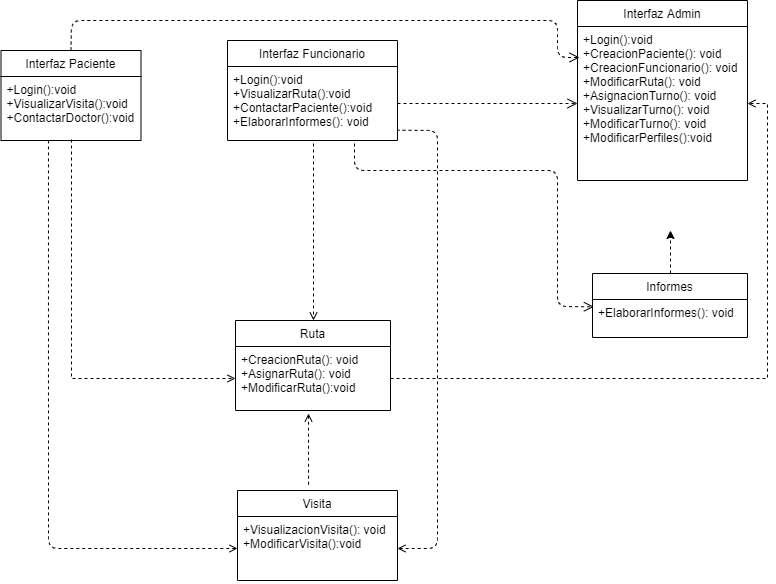
The draw.io diagram Diagramas de clase/DiagramaCompleto.png in DanSotoC/G4HD, before a commit. Source tidied: cells renumbered, new cells last; positions are measured from the earlier drawing's top-left corner, leaving out a move shared by most shapes.
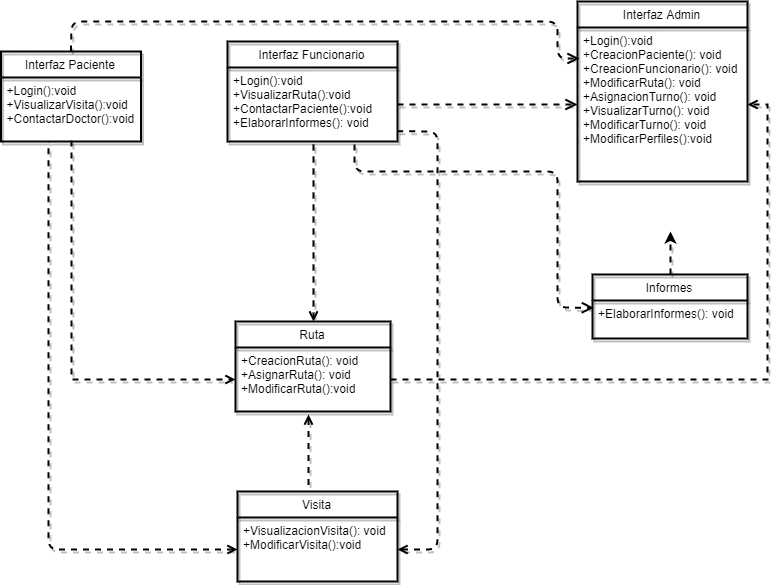
Later version of the same file.

The edit, as a diff of the source:
```diff
@@ -2,39 +2,39 @@
   <root>
     <mxCell id="0" />
     <mxCell id="1" parent="0" />
-    <mxCell id="2" value="Interfaz Funcionario" style="swimlane;fontStyle=0;horizontal=1;startSize=26;fillColor=none;" parent="1" vertex="1">
+    <mxCell id="2" value="Interfaz Funcionario" style="swimlane;fontStyle=0;horizontal=1;startSize=26;fillColor=none;strokeWidth=2;shadow=1;comic=0;" parent="1" vertex="1">
       <mxGeometry x="226" y="40" width="170" height="100" as="geometry" />
     </mxCell>
-    <mxCell id="3" value="+Login():void&#10;+VisualizarRuta():void&#10;+ContactarPaciente():void&#10;+ElaborarInformes(): void" style="text;strokeColor=none;fillColor=none;align=left;verticalAlign=top;spacingLeft=4;spacingRight=4;overflow=hidden;points=[[0,0.5],[1,0.5]];portConstraint=eastwest;" parent="2" vertex="1">
+    <mxCell id="3" value="+Login():void&#10;+VisualizarRuta():void&#10;+ContactarPaciente():void&#10;+ElaborarInformes(): void" style="text;strokeColor=none;fillColor=none;align=left;verticalAlign=top;spacingLeft=4;spacingRight=4;overflow=hidden;points=[[0,0.5],[1,0.5]];portConstraint=eastwest;strokeWidth=2;shadow=1;comic=0;" parent="2" vertex="1">
       <mxGeometry y="26" width="170" height="74" as="geometry" />
     </mxCell>
-    <mxCell id="4" style="edgeStyle=orthogonalEdgeStyle;rounded=0;jettySize=auto;html=1;exitX=0.5;exitY=0;exitDx=0;exitDy=0;dashed=1;" parent="1" edge="1" source="5">
+    <mxCell id="4" style="edgeStyle=orthogonalEdgeStyle;rounded=0;jettySize=auto;html=1;exitX=0.5;exitY=0;exitDx=0;exitDy=0;dashed=1;strokeWidth=2;shadow=1;comic=0;" parent="1" edge="1" source="5">
       <mxGeometry relative="1" as="geometry">
         <mxPoint x="669" y="230" as="targetPoint" />
       </mxGeometry>
     </mxCell>
-    <mxCell id="5" value="&#10;Informes&#10;" style="swimlane;fontStyle=0;horizontal=1;startSize=26;fillColor=none;" parent="1" vertex="1">
+    <mxCell id="5" value="&#10;Informes&#10;" style="swimlane;fontStyle=0;horizontal=1;startSize=26;fillColor=none;strokeWidth=2;shadow=1;comic=0;" parent="1" vertex="1">
       <mxGeometry x="591" y="273" width="155" height="64" as="geometry" />
     </mxCell>
-    <mxCell id="6" value="+ElaborarInformes(): void" style="text;strokeColor=none;fillColor=none;align=left;verticalAlign=top;spacingLeft=4;spacingRight=4;overflow=hidden;points=[[0,0.5],[1,0.5]];portConstraint=eastwest;" parent="5" vertex="1">
+    <mxCell id="6" value="+ElaborarInformes(): void" style="text;strokeColor=none;fillColor=none;align=left;verticalAlign=top;spacingLeft=4;spacingRight=4;overflow=hidden;points=[[0,0.5],[1,0.5]];portConstraint=eastwest;strokeWidth=2;shadow=1;comic=0;" parent="5" vertex="1">
       <mxGeometry y="26" width="155" height="38" as="geometry" />
     </mxCell>
-    <mxCell id="7" style="html=1;verticalAlign=bottom;endArrow=open;dashed=1;endSize=8;exitX=1;exitY=0.5;exitDx=0;exitDy=0;entryX=0;entryY=0.5;entryDx=0;entryDy=0;" parent="1" edge="1" source="3" target="9">
+    <mxCell id="7" style="html=1;verticalAlign=bottom;endArrow=open;dashed=1;endSize=8;exitX=1;exitY=0.5;exitDx=0;exitDy=0;entryX=0;entryY=0.5;entryDx=0;entryDy=0;strokeWidth=2;shadow=1;comic=0;" parent="1" edge="1" source="3" target="9">
       <mxGeometry relative="1" as="geometry" />
     </mxCell>
-    <mxCell id="8" value="&#10;Interfaz Admin&#10;" style="swimlane;fontStyle=0;horizontal=1;startSize=26;fillColor=none;" parent="1" vertex="1">
+    <mxCell id="8" value="&#10;Interfaz Admin&#10;" style="swimlane;fontStyle=0;horizontal=1;startSize=26;fillColor=none;strokeWidth=2;shadow=1;comic=0;" parent="1" vertex="1">
       <mxGeometry x="576" width="170" height="180" as="geometry" />
     </mxCell>
-    <mxCell id="9" value="+Login():void&#10;+CreacionPaciente(): void&#10;+CreacionFuncionario(): void&#10;+ModificarRuta(): void&#10;+AsignacionTurno(): void&#10;+VisualizarTurno(): void&#10;+ModificarTurno(): void&#10;+ModificarPerfiles():void" style="text;strokeColor=none;fillColor=none;align=left;verticalAlign=top;spacingLeft=4;spacingRight=4;overflow=hidden;points=[[0,0.5],[1,0.5]];portConstraint=eastwest;" parent="8" vertex="1">
+    <mxCell id="9" value="+Login():void&#10;+CreacionPaciente(): void&#10;+CreacionFuncionario(): void&#10;+ModificarRuta(): void&#10;+AsignacionTurno(): void&#10;+VisualizarTurno(): void&#10;+ModificarTurno(): void&#10;+ModificarPerfiles():void" style="text;strokeColor=none;fillColor=none;align=left;verticalAlign=top;spacingLeft=4;spacingRight=4;overflow=hidden;points=[[0,0.5],[1,0.5]];portConstraint=eastwest;strokeWidth=2;shadow=1;comic=0;" parent="8" vertex="1">
       <mxGeometry y="26" width="170" height="154" as="geometry" />
     </mxCell>
-    <mxCell id="10" value="Interfaz Paciente" style="swimlane;fontStyle=0;horizontal=1;startSize=26;fillColor=none;" parent="1" vertex="1">
+    <mxCell id="10" value="Interfaz Paciente" style="swimlane;fontStyle=0;horizontal=1;startSize=26;fillColor=none;strokeWidth=2;shadow=1;comic=0;" parent="1" vertex="1">
       <mxGeometry x="-0.5" y="50" width="140" height="90" as="geometry" />
     </mxCell>
-    <mxCell id="11" value="+Login():void&#10;+VisualizarVisita():void&#10;+ContactarDoctor():void" style="text;strokeColor=none;fillColor=none;align=left;verticalAlign=top;spacingLeft=4;spacingRight=4;overflow=hidden;points=[[0,0.5],[1,0.5]];portConstraint=eastwest;" parent="10" vertex="1">
+    <mxCell id="11" value="+Login():void&#10;+VisualizarVisita():void&#10;+ContactarDoctor():void" style="text;strokeColor=none;fillColor=none;align=left;verticalAlign=top;spacingLeft=4;spacingRight=4;overflow=hidden;points=[[0,0.5],[1,0.5]];portConstraint=eastwest;strokeWidth=2;shadow=1;comic=0;" parent="10" vertex="1">
       <mxGeometry y="26" width="140" height="64" as="geometry" />
     </mxCell>
-    <mxCell id="12" style="html=1;verticalAlign=bottom;endArrow=open;dashed=1;endSize=8;exitX=0.5;exitY=0;exitDx=0;exitDy=0;entryX=0.012;entryY=0.201;entryDx=0;entryDy=0;entryPerimeter=0;" parent="1" edge="1" source="10" target="9">
+    <mxCell id="12" style="html=1;verticalAlign=bottom;endArrow=open;dashed=1;endSize=8;exitX=0.5;exitY=0;exitDx=0;exitDy=0;entryX=0.012;entryY=0.201;entryDx=0;entryDy=0;entryPerimeter=0;strokeWidth=2;shadow=1;comic=0;" parent="1" edge="1" source="10" target="9">
       <mxGeometry relative="1" as="geometry">
         <Array as="points">
           <mxPoint x="70" y="20" />
@@ -43,7 +43,7 @@
         </Array>
       </mxGeometry>
     </mxCell>
-    <mxCell id="13" style="html=1;verticalAlign=bottom;endArrow=open;dashed=1;endSize=8;entryX=0.009;entryY=0.193;entryDx=0;entryDy=0;entryPerimeter=0;exitX=0.747;exitY=1.041;exitDx=0;exitDy=0;exitPerimeter=0;" parent="1" edge="1" source="3" target="6">
+    <mxCell id="13" style="html=1;verticalAlign=bottom;endArrow=open;dashed=1;endSize=8;entryX=0.009;entryY=0.193;entryDx=0;entryDy=0;entryPerimeter=0;exitX=0.747;exitY=1.041;exitDx=0;exitDy=0;exitPerimeter=0;strokeWidth=2;shadow=1;comic=0;" parent="1" edge="1" source="3" target="6">
       <mxGeometry relative="1" as="geometry">
         <Array as="points">
           <mxPoint x="353" y="170" />
@@ -52,7 +52,7 @@
         </Array>
       </mxGeometry>
     </mxCell>
-    <mxCell id="14" style="edgeStyle=orthogonalEdgeStyle;rounded=0;jettySize=auto;html=1;dashed=1;endArrow=open;endFill=0;entryX=0.5;entryY=0;entryDx=0;entryDy=0;exitX=0.506;exitY=1.041;exitDx=0;exitDy=0;exitPerimeter=0;" parent="1" edge="1" source="3" target="15">
+    <mxCell id="14" style="edgeStyle=orthogonalEdgeStyle;rounded=0;jettySize=auto;html=1;dashed=1;endArrow=open;endFill=0;entryX=0.5;entryY=0;entryDx=0;entryDy=0;exitX=0.506;exitY=1.041;exitDx=0;exitDy=0;exitPerimeter=0;strokeWidth=2;shadow=1;comic=0;" parent="1" edge="1" source="3" target="15">
       <mxGeometry relative="1" as="geometry">
         <Array as="points">
           <mxPoint x="312" y="280" />
@@ -60,32 +60,32 @@
         </Array>
       </mxGeometry>
     </mxCell>
-    <mxCell id="15" value="Ruta" style="swimlane;fontStyle=0;horizontal=1;startSize=26;fillColor=none;" parent="1" vertex="1">
+    <mxCell id="15" value="Ruta" style="swimlane;fontStyle=0;horizontal=1;startSize=26;fillColor=none;strokeWidth=2;shadow=1;comic=0;" parent="1" vertex="1">
       <mxGeometry x="234" y="320" width="155" height="90" as="geometry" />
     </mxCell>
-    <mxCell id="16" value="+CreacionRuta(): void&#10;+AsignarRuta(): void&#10;+ModificarRuta():void" style="text;strokeColor=none;fillColor=none;align=left;verticalAlign=top;spacingLeft=4;spacingRight=4;overflow=hidden;points=[[0,0.5],[1,0.5]];portConstraint=eastwest;" parent="15" vertex="1">
+    <mxCell id="16" value="+CreacionRuta(): void&#10;+AsignarRuta(): void&#10;+ModificarRuta():void" style="text;strokeColor=none;fillColor=none;align=left;verticalAlign=top;spacingLeft=4;spacingRight=4;overflow=hidden;points=[[0,0.5],[1,0.5]];portConstraint=eastwest;strokeWidth=2;shadow=1;comic=0;" parent="15" vertex="1">
       <mxGeometry y="26" width="155" height="64" as="geometry" />
     </mxCell>
-    <mxCell id="17" style="edgeStyle=orthogonalEdgeStyle;rounded=0;jettySize=auto;html=1;exitX=0.504;exitY=0.992;exitDx=0;exitDy=0;dashed=1;endArrow=open;endFill=0;exitPerimeter=0;entryX=0;entryY=0.5;entryDx=0;entryDy=0;" parent="1" edge="1" source="11" target="16">
+    <mxCell id="17" style="edgeStyle=orthogonalEdgeStyle;rounded=0;jettySize=auto;html=1;exitX=0.504;exitY=0.992;exitDx=0;exitDy=0;dashed=1;endArrow=open;endFill=0;exitPerimeter=0;entryX=0;entryY=0.5;entryDx=0;entryDy=0;strokeWidth=2;shadow=1;comic=0;" parent="1" edge="1" source="11" target="16">
       <mxGeometry relative="1" as="geometry" />
     </mxCell>
-    <mxCell id="18" style="edgeStyle=orthogonalEdgeStyle;rounded=0;jettySize=auto;html=1;exitX=1;exitY=0.5;exitDx=0;exitDy=0;dashed=1;endArrow=open;endFill=0;entryX=1;entryY=0.5;entryDx=0;entryDy=0;" parent="1" edge="1" source="16" target="9">
+    <mxCell id="18" style="edgeStyle=orthogonalEdgeStyle;rounded=0;jettySize=auto;html=1;exitX=1;exitY=0.5;exitDx=0;exitDy=0;dashed=1;endArrow=open;endFill=0;entryX=1;entryY=0.5;entryDx=0;entryDy=0;strokeWidth=2;shadow=1;comic=0;" parent="1" edge="1" source="16" target="9">
       <mxGeometry relative="1" as="geometry" />
     </mxCell>
-    <mxCell id="19" value="Visita" style="swimlane;fontStyle=0;horizontal=1;startSize=26;fillColor=none;" parent="1" vertex="1">
+    <mxCell id="19" value="Visita" style="swimlane;fontStyle=0;horizontal=1;startSize=26;fillColor=none;strokeWidth=2;shadow=1;comic=0;" parent="1" vertex="1">
       <mxGeometry x="236" y="490" width="160" height="90" as="geometry" />
     </mxCell>
-    <mxCell id="20" value="+VisualizacionVisita(): void&#10;+ModificarVisita():void" style="text;strokeColor=none;fillColor=none;align=left;verticalAlign=top;spacingLeft=4;spacingRight=4;overflow=hidden;points=[[0,0.5],[1,0.5]];portConstraint=eastwest;" parent="19" vertex="1">
+    <mxCell id="20" value="+VisualizacionVisita(): void&#10;+ModificarVisita():void" style="text;strokeColor=none;fillColor=none;align=left;verticalAlign=top;spacingLeft=4;spacingRight=4;overflow=hidden;points=[[0,0.5],[1,0.5]];portConstraint=eastwest;strokeWidth=2;shadow=1;comic=0;" parent="19" vertex="1">
       <mxGeometry y="26" width="160" height="64" as="geometry" />
     </mxCell>
-    <mxCell id="21" style="endArrow=none;dashed=1;html=1;entryX=0.339;entryY=1.008;entryDx=0;entryDy=0;entryPerimeter=0;exitX=0;exitY=0.5;exitDx=0;exitDy=0;startArrow=open;startFill=0;" parent="1" edge="1" source="20" target="11">
+    <mxCell id="21" style="endArrow=none;dashed=1;html=1;entryX=0.339;entryY=1.008;entryDx=0;entryDy=0;entryPerimeter=0;exitX=0;exitY=0.5;exitDx=0;exitDy=0;startArrow=open;startFill=0;strokeWidth=2;shadow=1;comic=0;" parent="1" edge="1" source="20" target="11">
       <mxGeometry relative="1" as="geometry">
         <Array as="points">
           <mxPoint x="47" y="548" />
         </Array>
       </mxGeometry>
     </mxCell>
-    <mxCell id="22" style="endArrow=none;dashed=1;html=1;entryX=1;entryY=0.861;entryDx=0;entryDy=0;entryPerimeter=0;exitX=1;exitY=0.5;exitDx=0;exitDy=0;startArrow=open;startFill=0;" parent="1" edge="1" source="20" target="3">
+    <mxCell id="22" style="endArrow=none;dashed=1;html=1;entryX=1;entryY=0.861;entryDx=0;entryDy=0;entryPerimeter=0;exitX=1;exitY=0.5;exitDx=0;exitDy=0;startArrow=open;startFill=0;strokeWidth=2;shadow=1;comic=0;" parent="1" edge="1" source="20" target="3">
       <mxGeometry relative="1" as="geometry">
         <Array as="points">
           <mxPoint x="436" y="548" />
@@ -93,7 +93,7 @@
         </Array>
       </mxGeometry>
     </mxCell>
-    <mxCell id="23" style="endArrow=none;dashed=1;html=1;startArrow=open;startFill=0;exitX=0.471;exitY=1.047;exitDx=0;exitDy=0;exitPerimeter=0;entryX=0.444;entryY=-0.044;entryDx=0;entryDy=0;entryPerimeter=0;" parent="1" edge="1" source="16" target="19">
+    <mxCell id="23" style="endArrow=none;dashed=1;html=1;startArrow=open;startFill=0;exitX=0.471;exitY=1.047;exitDx=0;exitDy=0;exitPerimeter=0;entryX=0.444;entryY=-0.044;entryDx=0;entryDy=0;entryPerimeter=0;strokeWidth=2;shadow=1;comic=0;" parent="1" edge="1" source="16" target="19">
       <mxGeometry relative="1" as="geometry" />
     </mxCell>
   </root>
```
